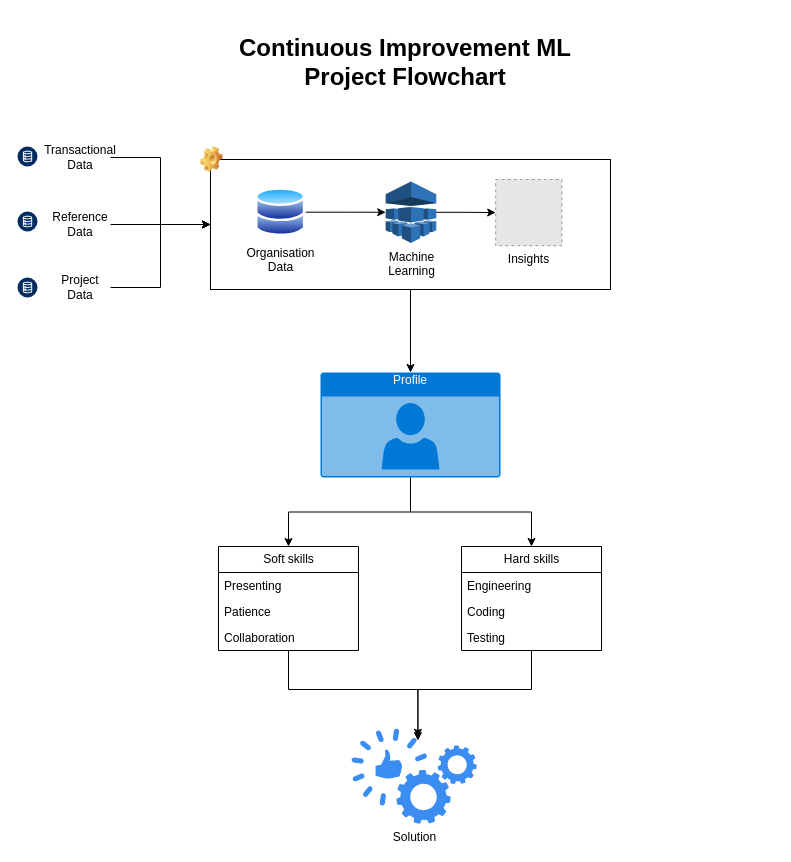
This is attachments/draw.io/continuous-improvement-ml-project.drawio from kwame-mintah/notes-md, a draw.io file, before an edit. Source tidied: cells renumbered, new cells numbered last; positions are measured from the earlier drawing's top-left corner, leaving out a move shared by most shapes. Both pictures are drawn from the tidied source at 100%, with x=0, y=0 at pixel (17, 32). Pictures stored in the file or linked from it are replaced by grey dashed boxes.
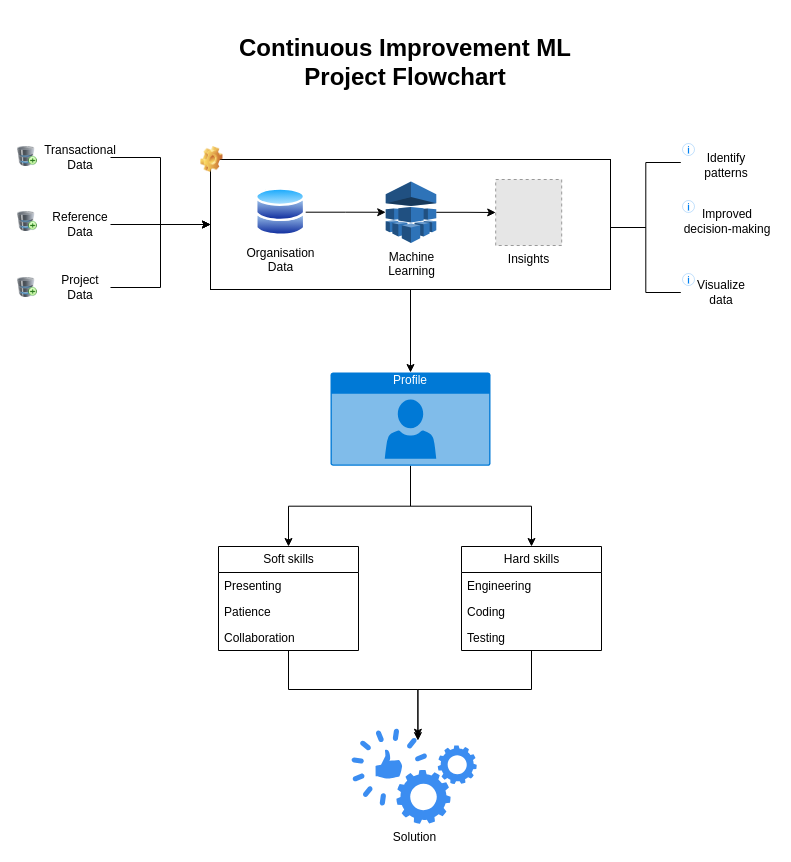
After the change.

Commit message (it also covers changes not shown here):
docs(continuous-improvement-ml-project): add more details to diagram and export as png to be used within doc

Diff of the diagram source:
```diff
@@
-<mxGraphModel>
+<mxGraphModel background="#ffffff">
@@
+    <mxCell id="13" style="rounded=0;whiteSpace=wrap;html=1;fillColor=none;" parent="1" vertex="1">
+      <mxGeometry x="193" y="127" width="400" height="130" as="geometry" />
+    </mxCell>
@@
     <mxCell id="5" value="Profile" style="html=1;whiteSpace=wrap;strokeColor=none;fillColor=#0079D6;labelPosition=center;verticalLabelPosition=middle;verticalAlign=top;align=center;fontSize=12;outlineConnect=0;spacingTop=-6;fontColor=#FFFFFF;sketch=0;shape=mxgraph.sitemap.profile;" parent="1" vertex="1">
-      <mxGeometry x="303" y="340" width="180" height="105" as="geometry" />
+      <mxGeometry x="313" y="340" width="160" height="93.3" as="geometry" />
     </mxCell>
@@
-    <mxCell id="7" style="group;" parent="1" vertex="1">
-      <mxGeometry x="193" y="127" width="400" height="130" as="geometry" />
-    </mxCell>
-    <mxCell id="8" value="Organisation&lt;br&gt;Data" style="image;perimeter=ellipsePerimeter;html=1;align=center;shadow=0;dashed=0;spacingTop=3;image=img/lib/active_directory/databases.svg;" parent="7" vertex="1">
-      <mxGeometry x="45.2" y="28.2" width="50" height="49" as="geometry" />
-    </mxCell>
-    <mxCell id="9" value="Machine&lt;br&gt;Learning" style="outlineConnect=0;dashed=0;verticalLabelPosition=bottom;verticalAlign=top;align=center;html=1;shape=mxgraph.aws3.machine_learning;fillColor=#2E73B8;gradientColor=none;" parent="7" vertex="1">
-      <mxGeometry x="175.2" y="22" width="50.6" height="61.5" as="geometry" />
-    </mxCell>
-    <mxCell id="10" style="edgeStyle=orthogonalEdgeStyle;rounded=0;jettySize=auto;html=1;entryX=0;entryY=0.5;entryDx=0;entryDy=0;entryPerimeter=0;" parent="7" edge="1" source="8" target="9">
-      <mxGeometry relative="1" as="geometry" />
-    </mxCell>
-    <mxCell id="11" value="Insights" style="fillColor=#E6E6E6;strokeColor=#999999;dashed=1;html=1;verticalAlign=top;verticalLabelPosition=bottom;labelBackgroundColor=#ffffff;" parent="7" vertex="1">
-      <mxGeometry x="285.2" y="20" width="66.2" height="66.2" as="geometry" />
-    </mxCell>
-    <mxCell id="12" style="edgeStyle=orthogonalEdgeStyle;rounded=0;jettySize=auto;html=1;entryX=0;entryY=0.5;entryDx=0;entryDy=0;" parent="7" edge="1" source="9" target="11">
-      <mxGeometry relative="1" as="geometry" />
-    </mxCell>
-    <mxCell id="13" style="rounded=0;whiteSpace=wrap;html=1;fillColor=none;" parent="7" vertex="1">
-      <mxGeometry width="400" height="130" as="geometry" />
-    </mxCell>
@@
-    <mxCell id="20" style="verticalLabelPosition=bottom;html=1;shape=mxgraph.salesforce.data2;" parent="1" vertex="1">
-      <mxGeometry y="114" width="20" height="20" as="geometry" />
-    </mxCell>
-    <mxCell id="21" style="verticalLabelPosition=bottom;html=1;shape=mxgraph.salesforce.data2;" parent="1" vertex="1">
-      <mxGeometry y="179" width="20" height="20" as="geometry" />
-    </mxCell>
-    <mxCell id="22" style="verticalLabelPosition=bottom;html=1;shape=mxgraph.salesforce.data2;" parent="1" vertex="1">
-      <mxGeometry y="245" width="20" height="20" as="geometry" />
-    </mxCell>
-    <mxCell id="23" style="shape=image;html=1;verticalLabelPosition=bottom;verticalAlign=top;imageAspect=1;image=img/clipart/Gear_128x128.png;" parent="1" vertex="1">
-      <mxGeometry x="183.3" y="114" width="22.2" height="26" as="geometry" />
-    </mxCell>
@@
+    <mxCell id="35" value="Identify patterns" style="text;html=1;strokeColor=none;fillColor=none;align=center;verticalAlign=middle;whiteSpace=wrap;rounded=0;" parent="1" vertex="1">
+      <mxGeometry x="679" y="118" width="60" height="30" as="geometry" />
+    </mxCell>
+    <mxCell id="36" value="Improved decision-making" style="text;html=1;strokeColor=none;fillColor=none;align=center;verticalAlign=middle;whiteSpace=wrap;rounded=0;" parent="1" vertex="1">
+      <mxGeometry x="663" y="174" width="94" height="30" as="geometry" />
+    </mxCell>
+    <mxCell id="37" value="Visualize data" style="text;html=1;strokeColor=none;fillColor=none;align=center;verticalAlign=middle;whiteSpace=wrap;rounded=0;" parent="1" vertex="1">
+      <mxGeometry x="674" y="245" width="60" height="30" as="geometry" />
+    </mxCell>
+    <mxCell id="38" style="strokeWidth=1;html=1;shape=mxgraph.flowchart.annotation_2;align=left;labelPosition=right;shadow=0;" parent="1" vertex="1">
+      <mxGeometry x="593.3" y="130" width="70" height="130" as="geometry" />
+    </mxCell>
+    <mxCell id="39" style="html=1;verticalLabelPosition=bottom;labelBackgroundColor=#ffffff;verticalAlign=top;shadow=0;dashed=0;strokeWidth=2;shape=mxgraph.ios7.misc.info;strokeColor=#0080f0;sketch=0;" parent="1" vertex="1">
+      <mxGeometry x="665" y="111" width="12" height="12" as="geometry" />
+    </mxCell>
+    <mxCell id="40" style="html=1;verticalLabelPosition=bottom;labelBackgroundColor=#ffffff;verticalAlign=top;shadow=0;dashed=0;strokeWidth=2;shape=mxgraph.ios7.misc.info;strokeColor=#0080f0;sketch=0;" parent="1" vertex="1">
+      <mxGeometry x="665" y="168" width="12" height="12" as="geometry" />
+    </mxCell>
+    <mxCell id="41" style="html=1;verticalLabelPosition=bottom;labelBackgroundColor=#ffffff;verticalAlign=top;shadow=0;dashed=0;strokeWidth=2;shape=mxgraph.ios7.misc.info;strokeColor=#0080f0;sketch=0;" parent="1" vertex="1">
+      <mxGeometry x="665" y="241" width="12" height="12" as="geometry" />
+    </mxCell>
+    <mxCell id="42" style="image;html=1;image=img/lib/clip_art/computers/Database_Add_128x128.png;shadow=0;sketch=0;strokeWidth=1;" parent="1" vertex="1">
+      <mxGeometry y="114" width="20" height="20" as="geometry" />
+    </mxCell>
+    <mxCell id="43" style="image;html=1;image=img/lib/clip_art/computers/Database_Add_128x128.png;shadow=0;sketch=0;strokeWidth=1;" parent="1" vertex="1">
+      <mxGeometry y="179" width="20" height="20" as="geometry" />
+    </mxCell>
+    <mxCell id="44" style="image;html=1;image=img/lib/clip_art/computers/Database_Add_128x128.png;shadow=0;sketch=0;strokeWidth=1;" parent="1" vertex="1">
+      <mxGeometry y="245" width="20" height="20" as="geometry" />
+    </mxCell>
+    <mxCell id="23" style="shape=image;html=1;verticalLabelPosition=bottom;verticalAlign=top;imageAspect=1;image=img/clipart/Gear_128x128.png;" parent="1" vertex="1">
+      <mxGeometry x="183.3" y="114" width="22.2" height="26" as="geometry" />
+    </mxCell>
+    <mxCell id="8" value="Organisation&lt;br&gt;Data" style="image;perimeter=ellipsePerimeter;html=1;align=center;shadow=0;dashed=0;spacingTop=3;image=img/lib/active_directory/databases.svg;labelBackgroundColor=none;" parent="1" vertex="1">
+      <mxGeometry x="238.2" y="155.2" width="50" height="49" as="geometry" />
+    </mxCell>
+    <mxCell id="9" value="Machine&lt;br&gt;Learning" style="outlineConnect=0;dashed=0;verticalLabelPosition=bottom;verticalAlign=top;align=center;html=1;shape=mxgraph.aws3.machine_learning;fillColor=#2E73B8;gradientColor=none;" parent="1" vertex="1">
+      <mxGeometry x="368.2" y="149" width="50.6" height="61.5" as="geometry" />
+    </mxCell>
+    <mxCell id="10" style="edgeStyle=orthogonalEdgeStyle;rounded=0;jettySize=auto;html=1;entryX=0;entryY=0.5;entryDx=0;entryDy=0;entryPerimeter=0;" parent="1" edge="1" source="8" target="9">
+      <mxGeometry relative="1" as="geometry" />
+    </mxCell>
+    <mxCell id="11" value="Insights" style="fillColor=#E6E6E6;strokeColor=#999999;dashed=1;html=1;verticalAlign=top;verticalLabelPosition=bottom;labelBackgroundColor=none;" parent="1" vertex="1">
+      <mxGeometry x="478.2" y="147" width="66" height="66" as="geometry" />
+    </mxCell>
+    <mxCell id="12" style="edgeStyle=orthogonalEdgeStyle;rounded=0;jettySize=auto;html=1;entryX=0;entryY=0.5;entryDx=0;entryDy=0;" parent="1" edge="1" source="9" target="11">
+      <mxGeometry relative="1" as="geometry" />
+    </mxCell>
```
